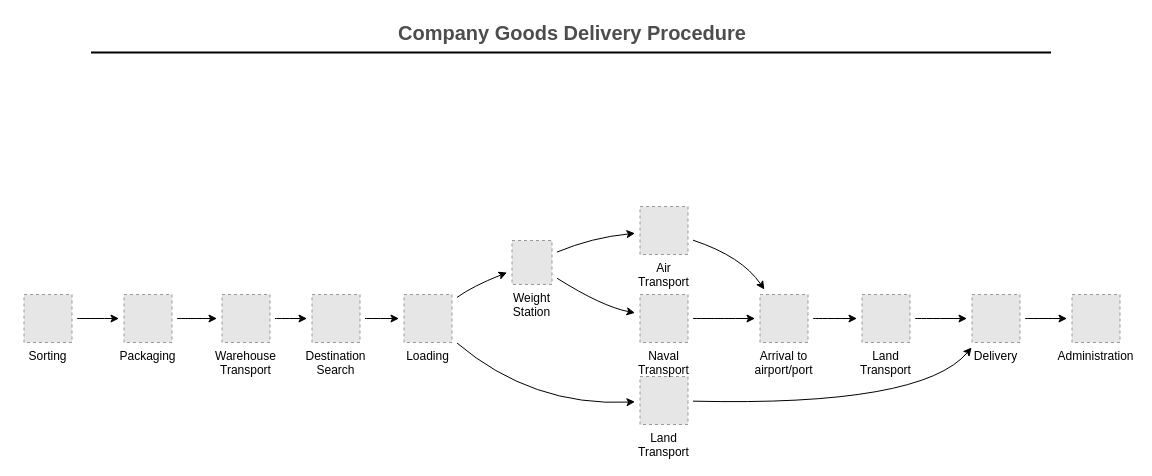
zhufeiyang/huashan keeps this draw.io diagram as Untitled Diagram.drawio. Above is the earlier version. Source tidied: cells renumbered, new cells numbered last; positions are measured from the earlier drawing's top-left corner, leaving out a move shared by most shapes. Both pictures are drawn from the tidied source at 100%, with x=0, y=0 at pixel (23, 17). Pictures stored in the file or linked from it are replaced by grey dashed boxes.
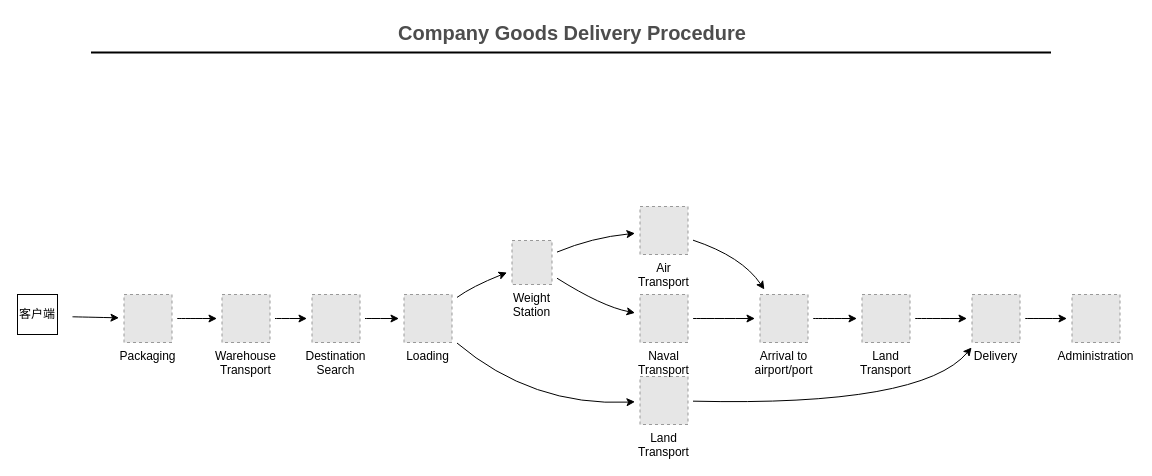
The same page after the edit.

Unchanged cells that the change refers to:
```xml
<mxCell id="14" value="Packaging" style="fillColor=#E6E6E6;strokeColor=#999999;dashed=1;verticalLabelPosition=bottom;verticalAlign=top;" parent="1" vertex="1">
  <mxGeometry x="100.5" y="277" width="48" height="48" as="geometry" />
</mxCell>
```

Change to the diagram source:
```diff
@@
-    <mxCell id="4" style="jettySize=auto;html=1;curved=1;sourcePerimeterSpacing=5;targetPerimeterSpacing=5;" parent="1" edge="1" source="5" target="14">
-      <mxGeometry relative="1" as="geometry" />
+    <mxCell id="4" style="jettySize=auto;html=1;curved=1;sourcePerimeterSpacing=5;targetPerimeterSpacing=5;" parent="1" edge="1" target="14">
+      <mxGeometry relative="1" as="geometry">
+        <mxPoint x="49" y="299.3" as="sourcePoint" />
+      </mxGeometry>
     </mxCell>
-    <mxCell id="5" value="Sorting" style="fillColor=#E6E6E6;strokeColor=#999999;dashed=1;verticalLabelPosition=bottom;verticalAlign=top;" parent="1" vertex="1">
-      <mxGeometry x="0.5" y="277" width="48" height="48" as="geometry" />
-    </mxCell>
@@
+    <mxCell id="31" value="客户端" style="whiteSpace=wrap;html=1;" parent="1" vertex="1">
+      <mxGeometry x="-6" y="277" width="40" height="40" as="geometry" />
+    </mxCell>
```
